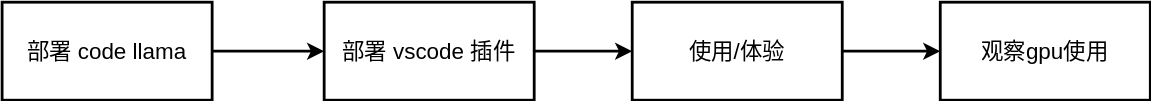
Before: notes/dia/2024.01.codellama.vscode.2.drawio.svg, a diagram exported from draw.io (wangzheng422/pub_env_2024). Source tidied: cells renumbered, new cells last; positions are measured from the earlier drawing's top-left corner, leaving out a move shared by most shapes. Source of this version:
```xml
<mxGraphModel>
  <root>
    <mxCell id="0" />
    <mxCell id="1" parent="0" />
    <mxCell id="2" style="edgeStyle=none;html=1;entryX=0;entryY=0.5;entryDx=0;entryDy=0;fontSize=16;strokeWidth=2;" parent="1" edge="1" source="3" target="5">
      <mxGeometry relative="1" as="geometry" />
    </mxCell>
    <mxCell id="3" value="部署 code llama" style="rounded=0;whiteSpace=wrap;html=1;strokeWidth=2;fontSize=16;" parent="1" vertex="1">
      <mxGeometry width="150" height="70" as="geometry" />
    </mxCell>
    <mxCell id="4" style="edgeStyle=none;html=1;entryX=0;entryY=0.5;entryDx=0;entryDy=0;strokeWidth=2;fontSize=16;" parent="1" edge="1" source="5" target="7">
      <mxGeometry relative="1" as="geometry" />
    </mxCell>
    <mxCell id="5" value="部署 vscode 插件" style="rounded=0;whiteSpace=wrap;html=1;strokeWidth=2;fontSize=16;" parent="1" vertex="1">
      <mxGeometry x="230" width="150" height="70" as="geometry" />
    </mxCell>
    <mxCell id="6" style="edgeStyle=none;html=1;entryX=0;entryY=0.5;entryDx=0;entryDy=0;strokeWidth=2;fontSize=16;" parent="1" edge="1" source="7" target="8">
      <mxGeometry relative="1" as="geometry" />
    </mxCell>
    <mxCell id="7" value="使用/体验" style="rounded=0;whiteSpace=wrap;html=1;strokeWidth=2;fontSize=16;" parent="1" vertex="1">
      <mxGeometry x="450" width="150" height="70" as="geometry" />
    </mxCell>
    <mxCell id="8" value="观察gpu使用" style="rounded=0;whiteSpace=wrap;html=1;strokeWidth=2;fontSize=16;" parent="1" vertex="1">
      <mxGeometry x="670" width="150" height="70" as="geometry" />
    </mxCell>
  </root>
</mxGraphModel>
```
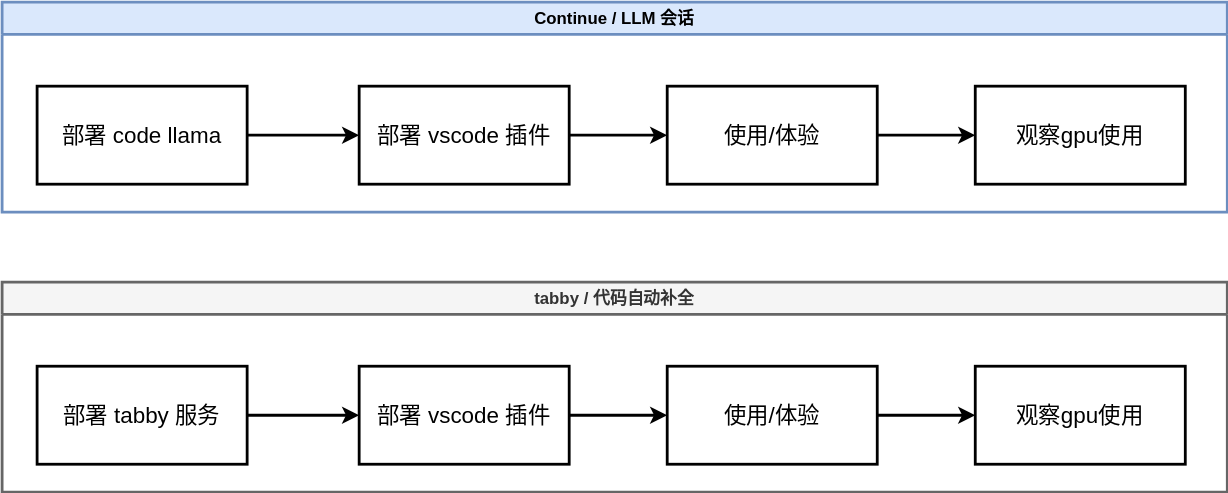
The same file after the commit.

The edit, as a diff of the source:
```diff
@@ -23,5 +23,32 @@
     <mxCell id="8" value="观察gpu使用" style="rounded=0;whiteSpace=wrap;html=1;strokeWidth=2;fontSize=16;" parent="1" vertex="1">
       <mxGeometry x="670" width="150" height="70" as="geometry" />
     </mxCell>
+    <mxCell id="9" value="Continue / LLM 会话" style="swimlane;whiteSpace=wrap;html=1;strokeWidth=2;fillColor=#dae8fc;strokeColor=#6c8ebf;" parent="1" vertex="1">
+      <mxGeometry x="-25" y="-60" width="875" height="150" as="geometry" />
+    </mxCell>
+    <mxCell id="10" style="edgeStyle=none;html=1;entryX=0;entryY=0.5;entryDx=0;entryDy=0;fontSize=16;strokeWidth=2;" parent="1" edge="1" source="11" target="13">
+      <mxGeometry relative="1" as="geometry" />
+    </mxCell>
+    <mxCell id="11" value="部署 tabby 服务" style="rounded=0;whiteSpace=wrap;html=1;strokeWidth=2;fontSize=16;" parent="1" vertex="1">
+      <mxGeometry y="200" width="150" height="70" as="geometry" />
+    </mxCell>
+    <mxCell id="12" style="edgeStyle=none;html=1;entryX=0;entryY=0.5;entryDx=0;entryDy=0;strokeWidth=2;fontSize=16;" parent="1" edge="1" source="13" target="15">
+      <mxGeometry relative="1" as="geometry" />
+    </mxCell>
+    <mxCell id="13" value="部署 vscode 插件" style="rounded=0;whiteSpace=wrap;html=1;strokeWidth=2;fontSize=16;" parent="1" vertex="1">
+      <mxGeometry x="230" y="200" width="150" height="70" as="geometry" />
+    </mxCell>
+    <mxCell id="14" style="edgeStyle=none;html=1;entryX=0;entryY=0.5;entryDx=0;entryDy=0;strokeWidth=2;fontSize=16;" parent="1" edge="1" source="15" target="16">
+      <mxGeometry relative="1" as="geometry" />
+    </mxCell>
+    <mxCell id="15" value="使用/体验" style="rounded=0;whiteSpace=wrap;html=1;strokeWidth=2;fontSize=16;" parent="1" vertex="1">
+      <mxGeometry x="450" y="200" width="150" height="70" as="geometry" />
+    </mxCell>
+    <mxCell id="16" value="观察gpu使用" style="rounded=0;whiteSpace=wrap;html=1;strokeWidth=2;fontSize=16;" parent="1" vertex="1">
+      <mxGeometry x="670" y="200" width="150" height="70" as="geometry" />
+    </mxCell>
+    <mxCell id="17" value="tabby / 代码自动补全" style="swimlane;whiteSpace=wrap;html=1;strokeWidth=2;fillColor=#f5f5f5;strokeColor=#666666;fontColor=#333333;" parent="1" vertex="1">
+      <mxGeometry x="-25" y="140" width="875" height="150" as="geometry" />
+    </mxCell>
   </root>
 </mxGraphModel>
```
